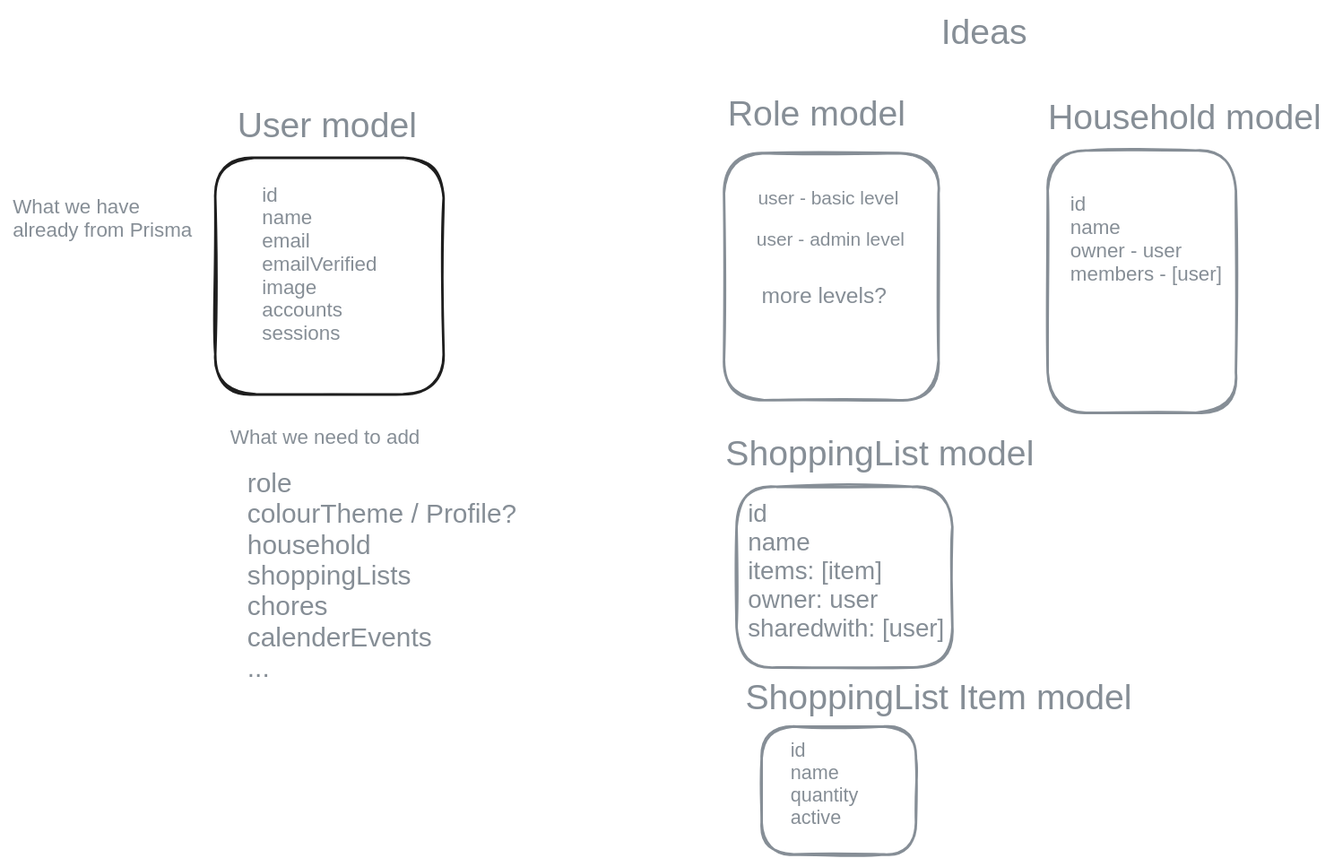
Before: docs/wireframes/design_for_users_and_households.excalidraw.svg, a diagram exported from Excalidraw (AliMcG/our-house-app). Source tidied: one line per element, renumbered; positions are measured from the earlier drawing's top-left corner, leaving out a move shared by most shapes. Its diagram source:
```json
{"id": 0, "type": "rectangle", "strokeColor": "#1e1e1e", "strokeWidth": 2, "roughness": 1, "round": true, "x": 162, "y": 116, "width": 182, "height": 188}
{"id": 1, "type": "text", "text": "User model", "strokeColor": "#868e96", "strokeWidth": 2, "roughness": 1, "fontSize": 28, "fontFamily": 2, "x": 179, "y": 74, "width": 143, "height": 32}
{"id": 2, "type": "text", "text": "    id           \n    name \n    email       \n    emailVerified\n    image         \n    accounts     \n    sessions", "strokeColor": "#868e96", "strokeWidth": 2, "roughness": 1, "fontSize": 16, "fontFamily": 2, "x": 181, "y": 136, "width": 109, "height": 129}
{"id": 3, "type": "text", "text": "role\ncolourTheme / Profile?\nhousehold\nshoppingLists\nchores\ncalenderEvents\n...", "strokeColor": "#868e96", "strokeWidth": 2, "roughness": 1, "fontSize": 21.34, "fontFamily": 2, "x": 187, "y": 363, "width": 215, "height": 172}
{"id": 4, "type": "text", "text": "What we have \nalready from Prisma", "strokeColor": "#868e96", "strokeWidth": 2, "roughness": 1, "fontSize": 16, "fontFamily": 2, "x": 0, "y": 146, "width": 143, "height": 37}
{"id": 5, "type": "text", "text": "What we need to add", "strokeColor": "#868e96", "strokeWidth": 2, "roughness": 1, "fontSize": 16, "fontFamily": 2, "x": 173, "y": 330, "width": 151, "height": 18}
{"id": 6, "type": "rectangle", "strokeColor": "#868e96", "strokeWidth": 2, "roughness": 1, "round": true, "x": 567, "y": 112, "width": 171, "height": 197}
{"id": 7, "type": "text", "text": "Role model", "strokeColor": "#868e96", "strokeWidth": 2, "roughness": 1, "fontSize": 28, "fontFamily": 2, "x": 570, "y": 65, "width": 142, "height": 32}
{"id": 8, "type": "text", "text": "user - basic level", "strokeColor": "#868e96", "strokeWidth": 2, "roughness": 1, "fontSize": 14.96, "fontFamily": 2, "x": 594, "y": 139, "width": 112, "height": 17}
{"id": 9, "type": "text", "text": "user - admin level", "strokeColor": "#868e96", "strokeWidth": 2, "roughness": 1, "fontSize": 14.96, "fontFamily": 2, "x": 593, "y": 172, "width": 118, "height": 17}
{"id": 10, "type": "text", "text": "more levels?", "strokeColor": "#868e96", "strokeWidth": 2, "roughness": 1, "fontSize": 17.57, "fontFamily": 2, "x": 597, "y": 216, "width": 100, "height": 20}
{"id": 11, "type": "rectangle", "strokeColor": "#868e96", "strokeWidth": 2, "roughness": 1, "round": true, "x": 825, "y": 110, "width": 150, "height": 209}
{"id": 12, "type": "text", "text": "Ideas", "strokeColor": "#868e96", "strokeWidth": 2, "roughness": 1, "fontSize": 28, "fontFamily": 2, "x": 740, "y": 0, "width": 68, "height": 32}
{"id": 13, "type": "text", "text": "Household model", "strokeColor": "#868e96", "strokeWidth": 2, "roughness": 1, "fontSize": 28, "fontFamily": 2, "x": 825, "y": 68, "width": 218, "height": 32}
{"id": 14, "type": "text", "text": "id\nname\nowner - user\nmembers - [user]\n", "strokeColor": "#868e96", "strokeWidth": 2, "roughness": 1, "fontSize": 16, "fontFamily": 2, "x": 843, "y": 144, "width": 121, "height": 92}
{"id": 15, "type": "rectangle", "strokeColor": "#868e96", "strokeWidth": 2, "roughness": 1, "round": true, "x": 577, "y": 378, "width": 172, "height": 144}
{"id": 16, "type": "text", "text": "ShoppingList model", "strokeColor": "#868e96", "strokeWidth": 2, "roughness": 1, "fontSize": 28, "fontFamily": 2, "x": 568, "y": 336, "width": 246, "height": 32}
{"id": 17, "type": "text", "text": "id \nname\nitems: [item]\nowner: user\nsharedwith: [user]", "strokeColor": "#868e96", "strokeWidth": 2, "roughness": 1, "fontSize": 19.85, "fontFamily": 2, "x": 586, "y": 388, "width": 157, "height": 114}
{"id": 18, "type": "text", "text": "id \nname\nquantity\nactive", "strokeColor": "#868e96", "strokeWidth": 2, "roughness": 1, "fontSize": 15.43, "fontFamily": 2, "x": 620, "y": 579, "width": 54, "height": 71}
{"id": 19, "type": "text", "text": "ShoppingList Item model", "strokeColor": "#868e96", "strokeWidth": 2, "roughness": 1, "fontSize": 28, "fontFamily": 2, "x": 584, "y": 530, "width": 308, "height": 32}
{"id": 20, "type": "rectangle", "strokeColor": "#868e96", "strokeWidth": 2, "roughness": 1, "round": true, "x": 597, "y": 569, "width": 123, "height": 102}
```
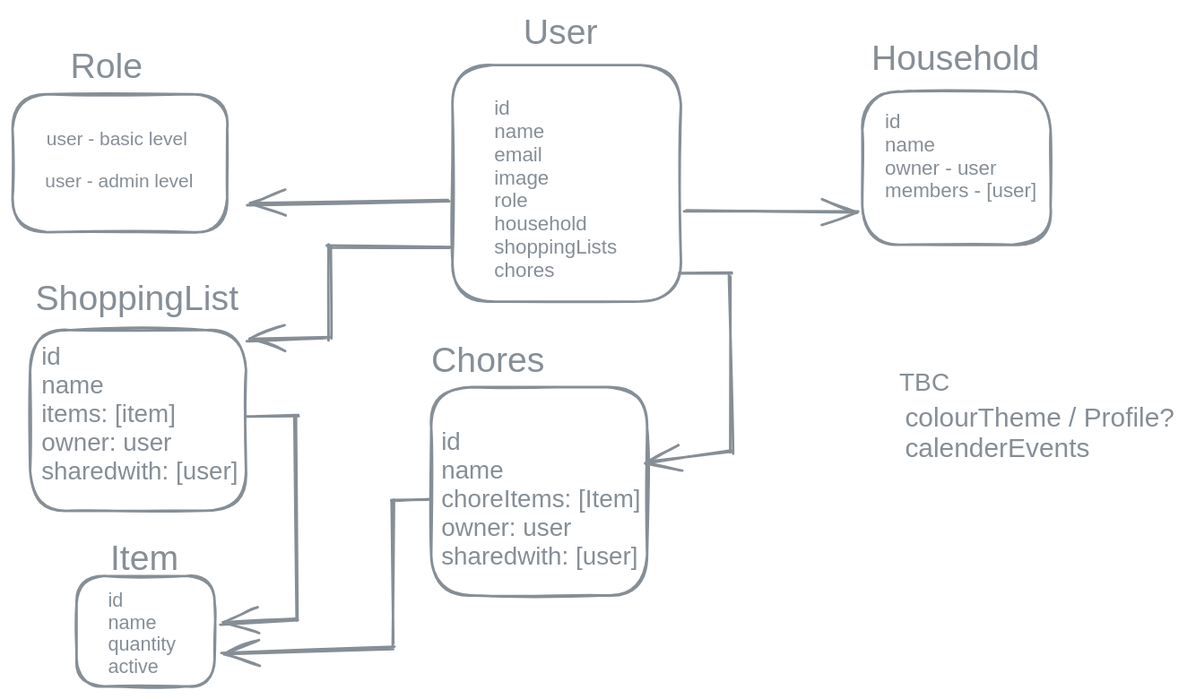
Later version of the same file.

Commit message:
Update modal design docs

What changed in the source:
```diff
@@ -1,21 +1,35 @@
-{"id": 0, "type": "rectangle", "strokeColor": "#1e1e1e", "strokeWidth": 2, "roughness": 1, "round": true, "x": 162, "y": 116, "width": 182, "height": 188}
+{"id": 0, "type": "rectangle", "strokeColor": "#868e96", "strokeWidth": 2, "roughness": 1, "round": true, "x": 469, "y": 91, "width": 182, "height": 188}
-{"id": 1, "type": "text", "text": "User model", "strokeColor": "#868e96", "strokeWidth": 2, "roughness": 1, "fontSize": 28, "fontFamily": 2, "x": 179, "y": 74, "width": 143, "height": 32}
+{"id": 1, "type": "text", "text": "User", "strokeColor": "#868e96", "strokeWidth": 2, "roughness": 1, "fontSize": 28, "fontFamily": 2, "x": 525, "y": 49, "width": 59, "height": 32}
-{"id": 2, "type": "text", "text": "    id           \n    name \n    email       \n    emailVerified\n    image         \n    accounts     \n    sessions", "strokeColor": "#868e96", "strokeWidth": 2, "roughness": 1, "fontSize": 16, "fontFamily": 2, "x": 181, "y": 136, "width": 109, "height": 129}
+{"id": 2, "type": "text", "text": "    id           \n    name \n    email       \n    image         \n    role\n    household\n    shoppingLists\n    chores\n    ", "strokeColor": "#868e96", "strokeWidth": 2, "roughness": 1, "fontSize": 16, "fontFamily": 2, "x": 484, "y": 116, "width": 116, "height": 166}
-{"id": 3, "type": "text", "text": "role\ncolourTheme / Profile?\nhousehold\nshoppingLists\nchores\ncalenderEvents\n...", "strokeColor": "#868e96", "strokeWidth": 2, "roughness": 1, "fontSize": 21.34, "fontFamily": 2, "x": 187, "y": 363, "width": 215, "height": 172}
+{"id": 3, "type": "text", "text": "\ncolourTheme / Profile?\ncalenderEvents", "strokeColor": "#868e96", "strokeWidth": 2, "roughness": 1, "fontSize": 21.34, "fontFamily": 2, "x": 829, "y": 335, "width": 215, "height": 74}
-{"id": 4, "type": "text", "text": "What we have \nalready from Prisma", "strokeColor": "#868e96", "strokeWidth": 2, "roughness": 1, "fontSize": 16, "fontFamily": 2, "x": 0, "y": 146, "width": 143, "height": 37}
-{"id": 5, "type": "text", "text": "What we need to add", "strokeColor": "#868e96", "strokeWidth": 2, "roughness": 1, "fontSize": 16, "fontFamily": 2, "x": 173, "y": 330, "width": 151, "height": 18}
-{"id": 6, "type": "rectangle", "strokeColor": "#868e96", "strokeWidth": 2, "roughness": 1, "round": true, "x": 567, "y": 112, "width": 171, "height": 197}
+{"id": 6, "type": "rectangle", "strokeColor": "#868e96", "strokeWidth": 2, "roughness": 1, "round": true, "x": 118, "y": 114, "width": 171, "height": 110}
-{"id": 7, "type": "text", "text": "Role model", "strokeColor": "#868e96", "strokeWidth": 2, "roughness": 1, "fontSize": 28, "fontFamily": 2, "x": 570, "y": 65, "width": 142, "height": 32}
+{"id": 7, "type": "text", "text": "Role", "strokeColor": "#868e96", "strokeWidth": 2, "roughness": 1, "fontSize": 28, "fontFamily": 2, "x": 164, "y": 76, "width": 58, "height": 32}
-{"id": 8, "type": "text", "text": "user - basic level", "strokeColor": "#868e96", "strokeWidth": 2, "roughness": 1, "fontSize": 14.96, "fontFamily": 2, "x": 594, "y": 139, "width": 112, "height": 17}
+{"id": 8, "type": "text", "text": "user - basic level", "strokeColor": "#868e96", "strokeWidth": 2, "roughness": 1, "fontSize": 14.96, "fontFamily": 2, "x": 145, "y": 141, "width": 112, "height": 17}
-{"id": 9, "type": "text", "text": "user - admin level", "strokeColor": "#868e96", "strokeWidth": 2, "roughness": 1, "fontSize": 14.96, "fontFamily": 2, "x": 593, "y": 172, "width": 118, "height": 17}
+{"id": 9, "type": "text", "text": "user - admin level", "strokeColor": "#868e96", "strokeWidth": 2, "roughness": 1, "fontSize": 14.96, "fontFamily": 2, "x": 144, "y": 174, "width": 118, "height": 17}
-{"id": 10, "type": "text", "text": "more levels?", "strokeColor": "#868e96", "strokeWidth": 2, "roughness": 1, "fontSize": 17.57, "fontFamily": 2, "x": 597, "y": 216, "width": 100, "height": 20}
-{"id": 11, "type": "rectangle", "strokeColor": "#868e96", "strokeWidth": 2, "roughness": 1, "round": true, "x": 825, "y": 110, "width": 150, "height": 209}
+{"id": 11, "type": "rectangle", "strokeColor": "#868e96", "strokeWidth": 2, "roughness": 1, "round": true, "x": 795, "y": 112, "width": 150, "height": 122}
-{"id": 12, "type": "text", "text": "Ideas", "strokeColor": "#868e96", "strokeWidth": 2, "roughness": 1, "fontSize": 28, "fontFamily": 2, "x": 740, "y": 0, "width": 68, "height": 32}
-{"id": 13, "type": "text", "text": "Household model", "strokeColor": "#868e96", "strokeWidth": 2, "roughness": 1, "fontSize": 28, "fontFamily": 2, "x": 825, "y": 68, "width": 218, "height": 32}
+{"id": 13, "type": "text", "text": "Household", "strokeColor": "#868e96", "strokeWidth": 2, "roughness": 1, "fontSize": 28, "fontFamily": 2, "x": 802, "y": 70, "width": 134, "height": 32}
-{"id": 14, "type": "text", "text": "id\nname\nowner - user\nmembers - [user]\n", "strokeColor": "#868e96", "strokeWidth": 2, "roughness": 1, "fontSize": 16, "fontFamily": 2, "x": 843, "y": 144, "width": 121, "height": 92}
+{"id": 14, "type": "text", "text": "id\nname\nowner - user\nmembers - [user]\n", "strokeColor": "#868e96", "strokeWidth": 2, "roughness": 1, "fontSize": 16, "fontFamily": 2, "x": 813, "y": 127, "width": 121, "height": 92}
-{"id": 15, "type": "rectangle", "strokeColor": "#868e96", "strokeWidth": 2, "roughness": 1, "round": true, "x": 577, "y": 378, "width": 172, "height": 144}
+{"id": 15, "type": "rectangle", "strokeColor": "#868e96", "strokeWidth": 2, "roughness": 1, "round": true, "x": 132, "y": 302, "width": 172, "height": 144}
-{"id": 16, "type": "text", "text": "ShoppingList model", "strokeColor": "#868e96", "strokeWidth": 2, "roughness": 1, "fontSize": 28, "fontFamily": 2, "x": 568, "y": 336, "width": 246, "height": 32}
+{"id": 16, "type": "text", "text": "ShoppingList", "strokeColor": "#868e96", "strokeWidth": 2, "roughness": 1, "fontSize": 28, "fontFamily": 2, "x": 136, "y": 261, "width": 162, "height": 32}
-{"id": 17, "type": "text", "text": "id \nname\nitems: [item]\nowner: user\nsharedwith: [user]", "strokeColor": "#868e96", "strokeWidth": 2, "roughness": 1, "fontSize": 19.85, "fontFamily": 2, "x": 586, "y": 388, "width": 157, "height": 114}
+{"id": 17, "type": "text", "text": "id \nname\nitems: [item]\nowner: user\nsharedwith: [user]", "strokeColor": "#868e96", "strokeWidth": 2, "roughness": 1, "fontSize": 19.85, "fontFamily": 2, "x": 141, "y": 312, "width": 157, "height": 114}
-{"id": 18, "type": "text", "text": "id \nname\nquantity\nactive", "strokeColor": "#868e96", "strokeWidth": 2, "roughness": 1, "fontSize": 15.43, "fontFamily": 2, "x": 620, "y": 579, "width": 54, "height": 71}
+{"id": 18, "type": "text", "text": "id \nname\nquantity\nactive", "strokeColor": "#868e96", "strokeWidth": 2, "roughness": 1, "fontSize": 15.43, "fontFamily": 2, "x": 194, "y": 508, "width": 54, "height": 71}
-{"id": 19, "type": "text", "text": "ShoppingList Item model", "strokeColor": "#868e96", "strokeWidth": 2, "roughness": 1, "fontSize": 28, "fontFamily": 2, "x": 584, "y": 530, "width": 308, "height": 32}
+{"id": 19, "type": "text", "text": " Item", "strokeColor": "#868e96", "strokeWidth": 2, "roughness": 1, "fontSize": 28, "fontFamily": 2, "x": 188, "y": 468, "width": 62, "height": 32}
-{"id": 20, "type": "rectangle", "strokeColor": "#868e96", "strokeWidth": 2, "roughness": 1, "round": true, "x": 597, "y": 569, "width": 123, "height": 102}
+{"id": 20, "type": "rectangle", "strokeColor": "#868e96", "strokeWidth": 2, "roughness": 1, "round": true, "x": 169, "y": 498, "width": 110, "height": 88}
+{"id": 21, "type": "arrow", "strokeColor": "#868e96", "strokeWidth": 2, "roughness": 1, "endArrowhead": "arrow", "round": true, "from": 2, "to": 6, "x": 466, "y": 200, "width": 160, "height": 2, "points": [[0, 0], [-160, 2]]}
+{"id": 22, "type": "arrow", "strokeColor": "#868e96", "strokeWidth": 2, "roughness": 1, "endArrowhead": "arrow", "round": true, "from": 0, "to": 14, "x": 654, "y": 207, "width": 138, "height": 2, "points": [[0, 0], [138, 2]]}
+{"id": 23, "type": "line", "strokeColor": "#868e96", "strokeWidth": 2, "roughness": 1, "round": true, "x": 467, "y": 236, "width": 97, "height": 0, "points": [[0, 0], [-97, 0]]}
+{"id": 24, "type": "line", "strokeColor": "#868e96", "strokeWidth": 2, "roughness": 1, "round": true, "x": 371, "y": 234, "width": 0, "height": 75, "points": [[0, 0], [0, 75]]}
+{"id": 25, "type": "arrow", "strokeColor": "#868e96", "strokeWidth": 2, "roughness": 1, "endArrowhead": "arrow", "round": true, "to": 17, "x": 370, "y": 308, "width": 64, "height": 3, "points": [[0, 0], [-64, 3]]}
+{"id": 26, "type": "line", "strokeColor": "#868e96", "strokeWidth": 2, "roughness": 1, "round": true, "x": 305, "y": 370, "width": 41, "height": 0, "points": [[0, 0], [41, 0]]}
+{"id": 27, "type": "line", "strokeColor": "#868e96", "strokeWidth": 2, "roughness": 1, "round": true, "x": 344, "y": 370, "width": 1, "height": 163, "points": [[0, 0], [1, 163]]}
+{"id": 28, "type": "arrow", "strokeColor": "#868e96", "strokeWidth": 2, "roughness": 1, "endArrowhead": "arrow", "round": true, "to": 20, "x": 346, "y": 534, "width": 61, "height": 3, "points": [[0, 0], [-61, 3]]}
+{"id": 29, "type": "line", "strokeColor": "#868e96", "strokeWidth": 2, "roughness": 1, "round": true, "x": 650, "y": 256, "width": 41, "height": 0, "points": [[0, 0], [41, 0]]}
+{"id": 30, "type": "line", "strokeColor": "#868e96", "strokeWidth": 2, "roughness": 1, "round": true, "x": 690, "y": 260, "width": 1, "height": 141, "points": [[0, 0], [1, 141]]}
+{"id": 31, "type": "arrow", "strokeColor": "#868e96", "strokeWidth": 2, "roughness": 1, "endArrowhead": "arrow", "round": true, "to": 34, "x": 692, "y": 398, "width": 69, "height": 9, "points": [[0, 0], [-69, 9]]}
+{"id": 32, "type": "text", "text": "Chores", "strokeColor": "#868e96", "strokeWidth": 2, "roughness": 1, "fontSize": 28, "fontFamily": 2, "x": 452, "y": 310, "width": 90, "height": 32}
+{"id": 33, "type": "rectangle", "strokeColor": "#868e96", "strokeWidth": 2, "roughness": 1, "round": true, "x": 452, "y": 348, "width": 172, "height": 166}
+{"id": 34, "type": "text", "text": "id \nname\nchoreItems: [Item]\nowner: user\nsharedwith: [user]", "strokeColor": "#868e96", "strokeWidth": 2, "roughness": 1, "fontSize": 19.85, "fontFamily": 2, "x": 460, "y": 380, "width": 159, "height": 114}
+{"id": 35, "type": "line", "strokeColor": "#868e96", "strokeWidth": 2, "roughness": 1, "round": true, "x": 451, "y": 438, "width": 31, "height": 0, "points": [[0, 0], [-31, 0]]}
+{"id": 36, "type": "line", "strokeColor": "#868e96", "strokeWidth": 2, "roughness": 1, "round": true, "x": 421, "y": 438, "width": 0, "height": 115, "points": [[0, 0], [0, 115]]}
+{"id": 37, "type": "arrow", "strokeColor": "#868e96", "strokeWidth": 2, "roughness": 1, "endArrowhead": "arrow", "round": true, "to": 20, "x": 422, "y": 556, "width": 136, "height": 5, "points": [[0, 0], [-136, 5]]}
+{"id": 38, "type": "text", "text": "TBC", "strokeColor": "#868e96", "strokeWidth": 2, "roughness": 1, "fontSize": 20, "fontFamily": 1, "x": 825, "y": 332, "width": 43, "height": 25}
```
